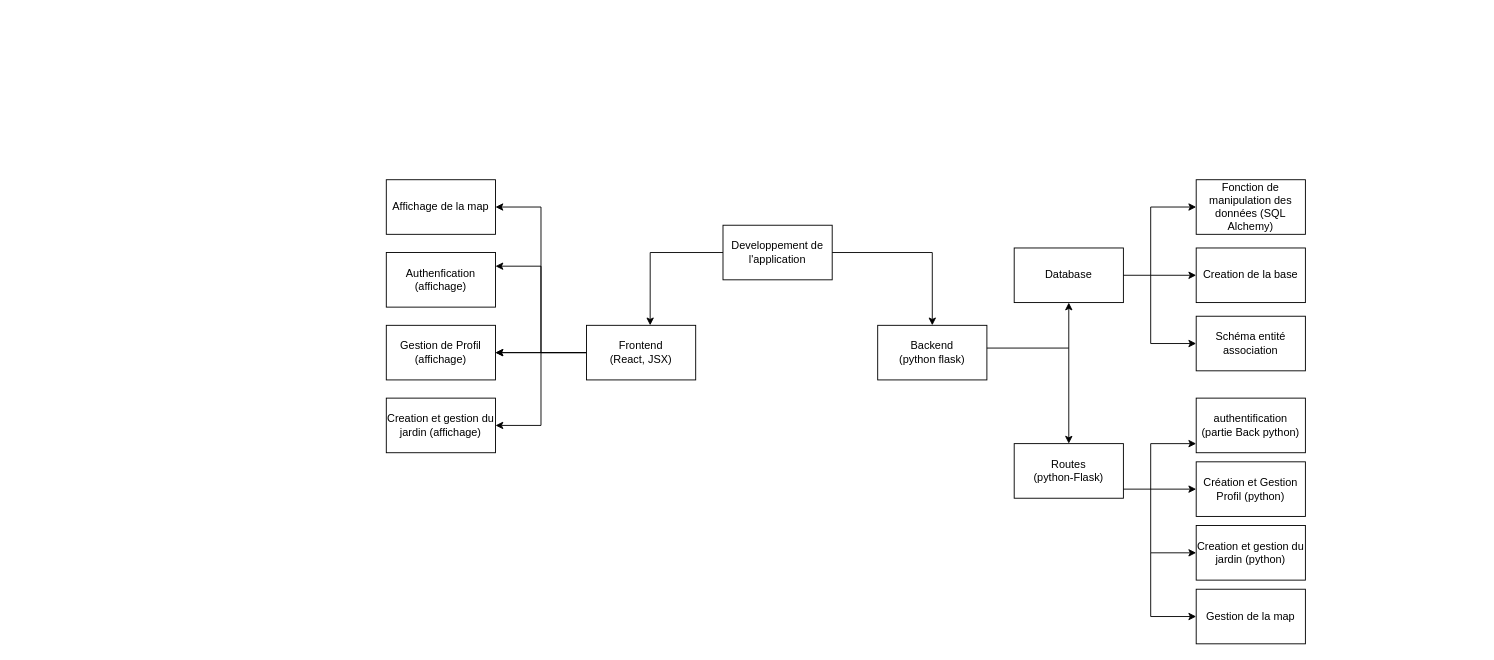
kour0/TheSharedGarden keeps this draw.io diagram as doc/livrable_1/rapport/templates/nouveauWBS.drawio. Above is the earlier version. Source tidied: cells renumbered, new cells numbered last; positions are measured from the earlier drawing's top-left corner, leaving out a move shared by most shapes. Both pictures are drawn from the tidied source at 91%, with x=0, y=0 at pixel (386, 179).
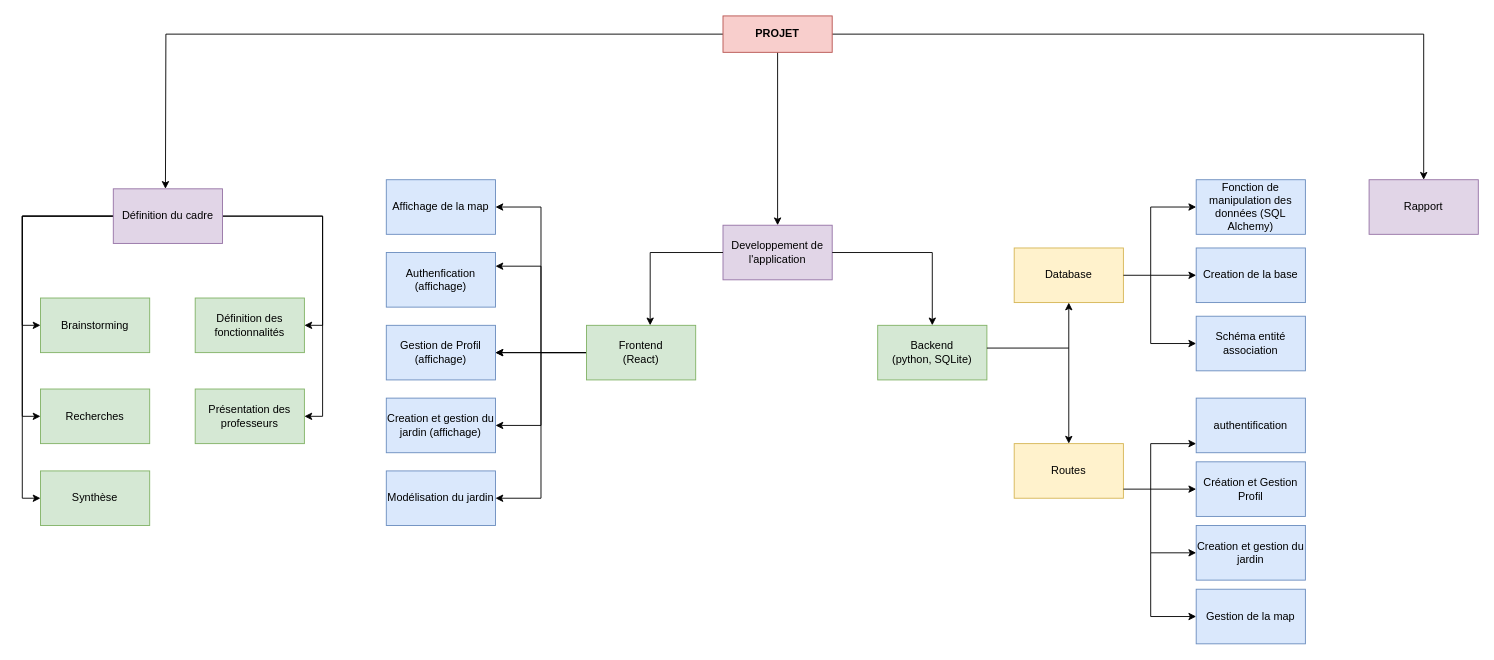
After the change.

What changed in the source:
```diff
@@
-    <mxCell id="2" value="Developpement de l'application" style="rounded=0;whiteSpace=wrap;html=1;" parent="1" vertex="1">
+    <mxCell id="2" value="Developpement de l'application" style="rounded=0;whiteSpace=wrap;html=1;fillColor=#e1d5e7;strokeColor=#9673a6;" parent="1" vertex="1">
       <mxGeometry x="370" y="50" width="120" height="60" as="geometry" />
     </mxCell>
-    <mxCell id="3" value="Backend &lt;br&gt;(python flask)" style="rounded=0;whiteSpace=wrap;html=1;" parent="1" vertex="1">
+    <mxCell id="3" value="Backend &lt;br&gt;(python, SQLite)" style="rounded=0;whiteSpace=wrap;html=1;fillColor=#d5e8d4;strokeColor=#82b366;" parent="1" vertex="1">
       <mxGeometry x="540" y="160" width="120" height="60" as="geometry" />
     </mxCell>
-    <mxCell id="4" value="Routes &lt;br&gt;(python-Flask)" style="rounded=0;whiteSpace=wrap;html=1;" parent="1" vertex="1">
+    <mxCell id="4" value="Routes" style="rounded=0;whiteSpace=wrap;html=1;fillColor=#fff2cc;strokeColor=#d6b656;" parent="1" vertex="1">
       <mxGeometry x="690" y="290" width="120" height="60" as="geometry" />
     </mxCell>
@@
-    <mxCell id="8" value="Frontend&lt;br&gt;(React, JSX)" style="rounded=0;whiteSpace=wrap;html=1;" parent="1" vertex="1">
+    <mxCell id="8" value="Frontend&lt;br&gt;(React)" style="rounded=0;whiteSpace=wrap;html=1;fillColor=#d5e8d4;strokeColor=#82b366;" parent="1" vertex="1">
       <mxGeometry x="220" y="160" width="120" height="60" as="geometry" />
     </mxCell>
-    <mxCell id="9" value="Creation et gestion du jardin (python)" style="rounded=0;whiteSpace=wrap;html=1;" parent="1" vertex="1">
+    <mxCell id="9" value="Creation et gestion du jardin" style="rounded=0;whiteSpace=wrap;html=1;fillColor=#dae8fc;strokeColor=#6c8ebf;" parent="1" vertex="1">
       <mxGeometry x="890" y="380" width="120" height="60" as="geometry" />
     </mxCell>
-    <mxCell id="10" value="Authenfication (affichage)" style="rounded=0;whiteSpace=wrap;html=1;" parent="1" vertex="1">
+    <mxCell id="10" value="Authenfication (affichage)" style="rounded=0;whiteSpace=wrap;html=1;fillColor=#dae8fc;strokeColor=#6c8ebf;" parent="1" vertex="1">
       <mxGeometry y="80" width="120" height="60" as="geometry" />
     </mxCell>
-    <mxCell id="11" value="Gestion de la map" style="rounded=0;whiteSpace=wrap;html=1;" parent="1" vertex="1">
+    <mxCell id="11" value="Gestion de la map" style="rounded=0;whiteSpace=wrap;html=1;fillColor=#dae8fc;strokeColor=#6c8ebf;" parent="1" vertex="1">
       <mxGeometry x="890" y="450" width="120" height="60" as="geometry" />
     </mxCell>
-    <mxCell id="12" value="Schéma entité association" style="rounded=0;whiteSpace=wrap;html=1;" parent="1" vertex="1">
+    <mxCell id="12" value="Schéma entité association" style="rounded=0;whiteSpace=wrap;html=1;fillColor=#dae8fc;strokeColor=#6c8ebf;" parent="1" vertex="1">
       <mxGeometry x="890" y="150" width="120" height="60" as="geometry" />
     </mxCell>
-    <mxCell id="13" value="Gestion de Profil (affichage)" style="rounded=0;whiteSpace=wrap;html=1;" parent="1" vertex="1">
+    <mxCell id="13" value="Gestion de Profil (affichage)" style="rounded=0;whiteSpace=wrap;html=1;fillColor=#dae8fc;strokeColor=#6c8ebf;" parent="1" vertex="1">
       <mxGeometry y="160" width="120" height="60" as="geometry" />
     </mxCell>
-    <mxCell id="14" value="Affichage de la map" style="rounded=0;whiteSpace=wrap;html=1;" parent="1" vertex="1">
+    <mxCell id="14" value="Affichage de la map" style="rounded=0;whiteSpace=wrap;html=1;fillColor=#dae8fc;strokeColor=#6c8ebf;" parent="1" vertex="1">
       <mxGeometry width="120" height="60" as="geometry" />
     </mxCell>
-    <mxCell id="15" value="Database" style="rounded=0;whiteSpace=wrap;html=1;" parent="1" vertex="1">
+    <mxCell id="15" value="Database" style="rounded=0;whiteSpace=wrap;html=1;fillColor=#fff2cc;strokeColor=#d6b656;" parent="1" vertex="1">
       <mxGeometry x="690" y="75" width="120" height="60" as="geometry" />
     </mxCell>
-    <mxCell id="16" value="Fonction de manipulation des données (SQL Alchemy)" style="rounded=0;whiteSpace=wrap;html=1;" parent="1" vertex="1">
+    <mxCell id="16" value="Fonction de manipulation des données (SQL Alchemy)" style="rounded=0;whiteSpace=wrap;html=1;fillColor=#dae8fc;strokeColor=#6c8ebf;" parent="1" vertex="1">
       <mxGeometry x="890" width="120" height="60" as="geometry" />
     </mxCell>
-    <mxCell id="17" value="Création et Gestion Profil (python)" style="rounded=0;whiteSpace=wrap;html=1;" parent="1" vertex="1">
+    <mxCell id="17" value="Création et Gestion Profil" style="rounded=0;whiteSpace=wrap;html=1;fillColor=#dae8fc;strokeColor=#6c8ebf;" parent="1" vertex="1">
       <mxGeometry x="890" y="310" width="120" height="60" as="geometry" />
     </mxCell>
-    <mxCell id="18" value="Creation de la base" style="rounded=0;whiteSpace=wrap;html=1;" parent="1" vertex="1">
+    <mxCell id="18" value="Creation de la base" style="rounded=0;whiteSpace=wrap;html=1;fillColor=#dae8fc;strokeColor=#6c8ebf;" parent="1" vertex="1">
       <mxGeometry x="890" y="75" width="120" height="60" as="geometry" />
     </mxCell>
-    <mxCell id="19" value="Creation et gestion du jardin (affichage)" style="rounded=0;whiteSpace=wrap;html=1;" parent="1" vertex="1">
+    <mxCell id="19" value="Creation et gestion du jardin (affichage)" style="rounded=0;whiteSpace=wrap;html=1;fillColor=#dae8fc;strokeColor=#6c8ebf;" parent="1" vertex="1">
       <mxGeometry y="240" width="120" height="60" as="geometry" />
     </mxCell>
-    <mxCell id="20" value="authentification (partie Back python)" style="rounded=0;whiteSpace=wrap;html=1;" parent="1" vertex="1">
+    <mxCell id="20" value="authentification" style="rounded=0;whiteSpace=wrap;html=1;fillColor=#dae8fc;strokeColor=#6c8ebf;" parent="1" vertex="1">
       <mxGeometry x="890" y="240" width="120" height="60" as="geometry" />
     </mxCell>
@@
+    <mxCell id="34" style="edgeStyle=orthogonalEdgeStyle;rounded=0;jettySize=auto;html=1;exitX=0.5;exitY=1;exitDx=0;exitDy=0;entryX=0.5;entryY=0;entryDx=0;entryDy=0;" parent="1" edge="1" source="37" target="2">
+      <mxGeometry relative="1" as="geometry" />
+    </mxCell>
+    <mxCell id="35" style="edgeStyle=orthogonalEdgeStyle;rounded=0;jettySize=auto;html=1;exitX=0;exitY=0.5;exitDx=0;exitDy=0;" parent="1" edge="1" source="37">
+      <mxGeometry relative="1" as="geometry">
+        <mxPoint x="-242.7" y="10" as="targetPoint" />
+      </mxGeometry>
+    </mxCell>
+    <mxCell id="36" style="edgeStyle=orthogonalEdgeStyle;rounded=0;jettySize=auto;html=1;exitX=1;exitY=0.5;exitDx=0;exitDy=0;entryX=0.5;entryY=0;entryDx=0;entryDy=0;" parent="1" edge="1" source="37" target="50">
+      <mxGeometry relative="1" as="geometry" />
+    </mxCell>
+    <mxCell id="37" value="&lt;b&gt;PROJET&lt;/b&gt;" style="rounded=0;whiteSpace=wrap;html=1;fillColor=#f8cecc;strokeColor=#b85450;" parent="1" vertex="1">
+      <mxGeometry x="370" y="-180" width="120" height="40" as="geometry" />
+    </mxCell>
+    <mxCell id="38" style="edgeStyle=orthogonalEdgeStyle;rounded=0;orthogonalLoop=1;jettySize=auto;html=1;exitX=0.5;exitY=1;exitDx=0;exitDy=0;" parent="1" edge="1" source="37" target="37">
+      <mxGeometry relative="1" as="geometry" />
+    </mxCell>
+    <mxCell id="39" style="edgeStyle=orthogonalEdgeStyle;rounded=0;jettySize=auto;html=1;exitX=1;exitY=0.5;exitDx=0;exitDy=0;entryX=1;entryY=0.5;entryDx=0;entryDy=0;" parent="1" edge="1" source="44" target="48">
+      <mxGeometry relative="1" as="geometry" />
+    </mxCell>
+    <mxCell id="40" style="edgeStyle=orthogonalEdgeStyle;rounded=0;jettySize=auto;html=1;exitX=1;exitY=0.5;exitDx=0;exitDy=0;entryX=1;entryY=0.5;entryDx=0;entryDy=0;" parent="1" edge="1" source="44" target="49">
+      <mxGeometry relative="1" as="geometry" />
+    </mxCell>
+    <mxCell id="41" style="edgeStyle=orthogonalEdgeStyle;rounded=0;jettySize=auto;html=1;exitX=0;exitY=0.5;exitDx=0;exitDy=0;entryX=0;entryY=0.5;entryDx=0;entryDy=0;" parent="1" edge="1" source="44" target="47">
+      <mxGeometry relative="1" as="geometry" />
+    </mxCell>
+    <mxCell id="42" style="edgeStyle=orthogonalEdgeStyle;rounded=0;jettySize=auto;html=1;exitX=0;exitY=0.5;exitDx=0;exitDy=0;entryX=0;entryY=0.5;entryDx=0;entryDy=0;" parent="1" edge="1" source="44" target="46">
+      <mxGeometry relative="1" as="geometry" />
+    </mxCell>
+    <mxCell id="43" style="edgeStyle=orthogonalEdgeStyle;rounded=0;jettySize=auto;html=1;exitX=0;exitY=0.5;exitDx=0;exitDy=0;entryX=0;entryY=0.5;entryDx=0;entryDy=0;" parent="1" edge="1" source="44" target="45">
+      <mxGeometry relative="1" as="geometry" />
+    </mxCell>
+    <mxCell id="44" value="Définition du cadre" style="rounded=0;whiteSpace=wrap;html=1;fillColor=#e1d5e7;strokeColor=#9673a6;" parent="1" vertex="1">
+      <mxGeometry x="-300" y="10" width="120" height="60" as="geometry" />
+    </mxCell>
+    <mxCell id="45" value="Brainstorming" style="rounded=0;whiteSpace=wrap;html=1;fillColor=#d5e8d4;strokeColor=#82b366;" parent="1" vertex="1">
+      <mxGeometry x="-380" y="130" width="120" height="60" as="geometry" />
+    </mxCell>
+    <mxCell id="46" value="Recherches" style="rounded=0;whiteSpace=wrap;html=1;fillColor=#d5e8d4;strokeColor=#82b366;" parent="1" vertex="1">
+      <mxGeometry x="-380" y="230" width="120" height="60" as="geometry" />
+    </mxCell>
+    <mxCell id="47" value="Synthèse" style="rounded=0;whiteSpace=wrap;html=1;fillColor=#d5e8d4;strokeColor=#82b366;" parent="1" vertex="1">
+      <mxGeometry x="-380" y="320" width="120" height="60" as="geometry" />
+    </mxCell>
+    <mxCell id="48" value="Définition des fonctionnalités" style="rounded=0;whiteSpace=wrap;html=1;fillColor=#d5e8d4;strokeColor=#82b366;" parent="1" vertex="1">
+      <mxGeometry x="-210" y="130" width="120" height="60" as="geometry" />
+    </mxCell>
+    <mxCell id="49" value="Présentation des professeurs" style="rounded=0;whiteSpace=wrap;html=1;fillColor=#d5e8d4;strokeColor=#82b366;" parent="1" vertex="1">
+      <mxGeometry x="-210" y="230" width="120" height="60" as="geometry" />
+    </mxCell>
+    <mxCell id="50" value="Rapport" style="rounded=0;whiteSpace=wrap;html=1;fillColor=#e1d5e7;strokeColor=#9673a6;" parent="1" vertex="1">
+      <mxGeometry x="1080" width="120" height="60" as="geometry" />
+    </mxCell>
+    <mxCell id="51" value="Modélisation du jardin" style="rounded=0;whiteSpace=wrap;html=1;fillColor=#dae8fc;strokeColor=#6c8ebf;" parent="1" vertex="1">
+      <mxGeometry y="320" width="120" height="60" as="geometry" />
+    </mxCell>
+    <mxCell id="52" style="endArrow=classic;html=1;rounded=0;entryX=1;entryY=0.5;entryDx=0;entryDy=0;" parent="1" edge="1" target="51">
+      <mxGeometry relative="1" as="geometry">
+        <mxPoint x="170" y="190" as="sourcePoint" />
+        <Array as="points">
+          <mxPoint x="170" y="350" />
+        </Array>
+      </mxGeometry>
+    </mxCell>
```
